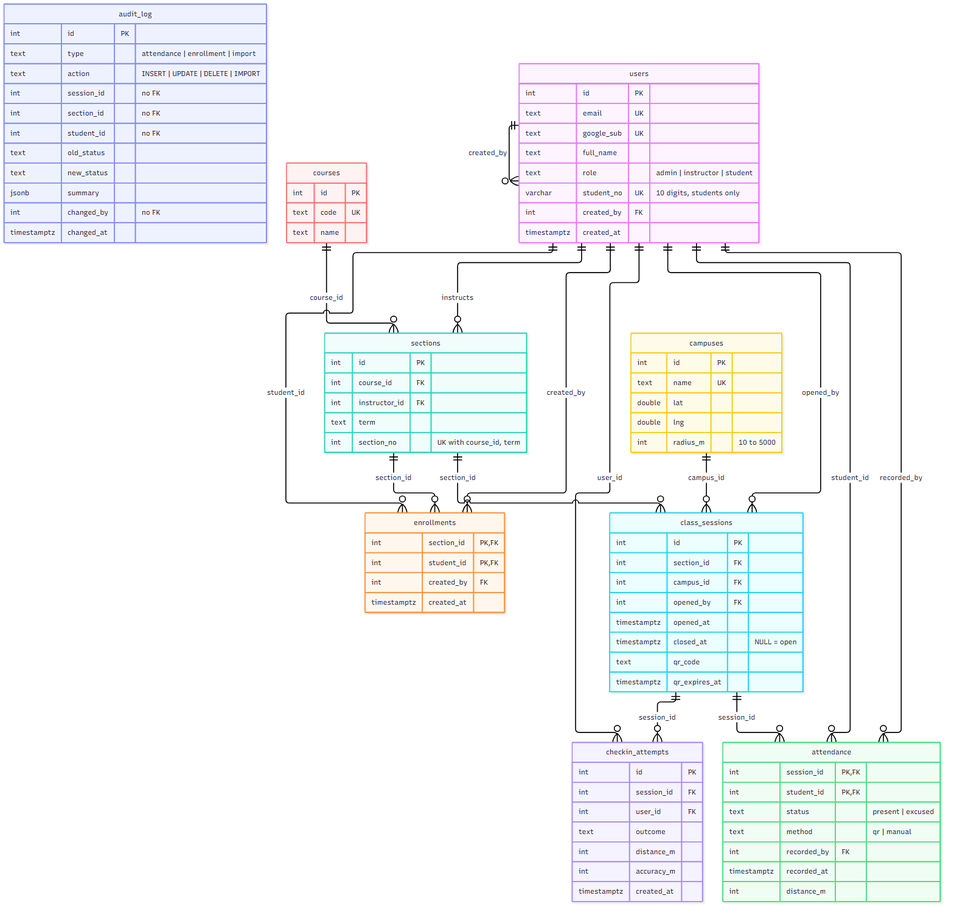
This is docs/ERD.png from Yayikast/Mahub, a Mermaid export, as it was before one commit. Its source is kept beside it as docs/ERD.mmd. Source of this version:
```mermaid
erDiagram
  users ||--o{ users : "created_by"
  users ||--o{ sections : "instructs"
  users ||--o{ enrollments : "student_id"
  users ||--o{ enrollments : "created_by"
  users ||--o{ class_sessions : "opened_by"
  users ||--o{ attendance : "student_id"
  users ||--o{ attendance : "recorded_by"
  users ||--o{ checkin_attempts : "user_id"
  courses ||--o{ sections : "course_id"
  sections ||--o{ enrollments : "section_id"
  sections ||--o{ class_sessions : "section_id"
  campuses ||--o{ class_sessions : "campus_id"
  class_sessions ||--o{ attendance : "session_id"
  class_sessions ||--o{ checkin_attempts : "session_id"

  users {
    int id PK
    text email UK
    text google_sub UK
    text full_name
    text role "admin | instructor | student"
    varchar student_no UK "10 digits, students only"
    int created_by FK
    timestamptz created_at
  }
  courses {
    int id PK
    text code UK
    text name
  }
  campuses {
    int id PK
    text name UK
    double lat
    double lng
    int radius_m "10 to 5000"
  }
  sections {
    int id PK
    int course_id FK
    int instructor_id FK
    text term
    int section_no "UK with course_id, term"
  }
  enrollments {
    int section_id PK, FK
    int student_id PK, FK
    int created_by FK
    timestamptz created_at
  }
  class_sessions {
    int id PK
    int section_id FK
    int campus_id FK
    int opened_by FK
    timestamptz opened_at
    timestamptz closed_at "NULL = open"
    text qr_code
    timestamptz qr_expires_at
  }
  attendance {
    int session_id PK, FK
    int student_id PK, FK
    text status "present | excused"
    text method "qr | manual"
    int recorded_by FK
    timestamptz recorded_at
    int distance_m
  }
  checkin_attempts {
    int id PK
    int session_id FK
    int user_id FK
    text outcome
    int distance_m
    int accuracy_m
    timestamptz created_at
  }
  audit_log {
    int id PK
    text type "attendance | enrollment | import"
    text action "INSERT | UPDATE | DELETE | IMPORT"
    int session_id "no FK"
    int section_id "no FK"
    int student_id "no FK"
    text old_status
    text new_status
    jsonb summary
    int changed_by "no FK"
    timestamptz changed_at
  }
```
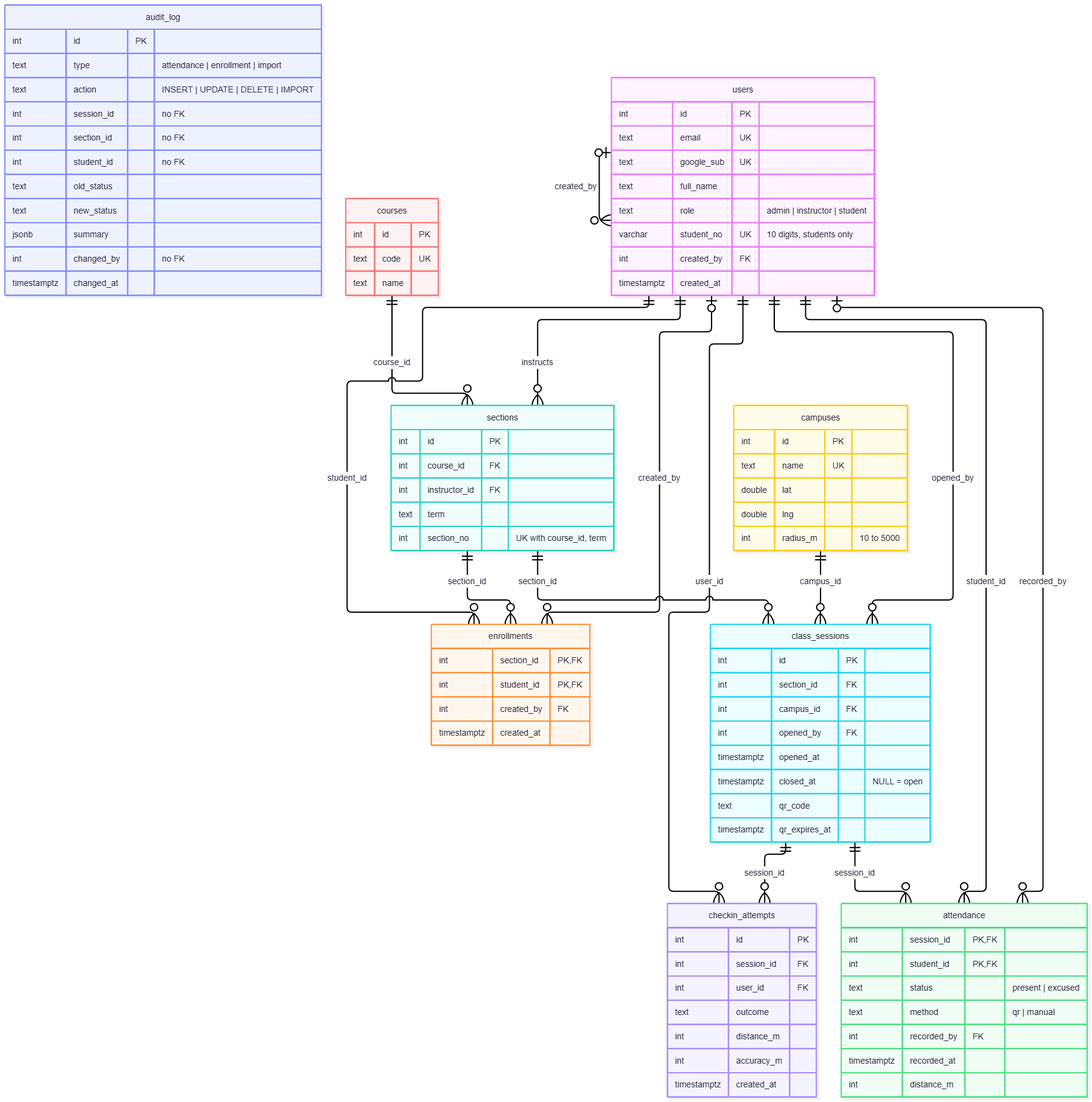
Above is the later version.

Commit message:
ERD: draw the three nullable foreign keys as zero-or-one (#2)

users.created_by, enrollments.created_by and attendance.recorded_by are
nullable in schema.sql (seeded and old rows have no creator), but the
diagram drew their parent end as "exactly one" (||). They are now |o, and
ERD.png is re-exported from the same ERD.mmd.

Checked by loading db/schema.sql into an empty Postgres and comparing it
with ERD.mmd: 9 tables, 58 columns, key tags, all 14 foreign keys and their
cardinalities match.

The edit, as a diff of the source:
```diff
@@ -1,11 +1,11 @@
 erDiagram
-  users ||--o{ users : "created_by"
+  users |o--o{ users : "created_by"
   users ||--o{ sections : "instructs"
   users ||--o{ enrollments : "student_id"
-  users ||--o{ enrollments : "created_by"
+  users |o--o{ enrollments : "created_by"
   users ||--o{ class_sessions : "opened_by"
   users ||--o{ attendance : "student_id"
-  users ||--o{ attendance : "recorded_by"
+  users |o--o{ attendance : "recorded_by"
   users ||--o{ checkin_attempts : "user_id"
   courses ||--o{ sections : "course_id"
   sections ||--o{ enrollments : "section_id"
```
